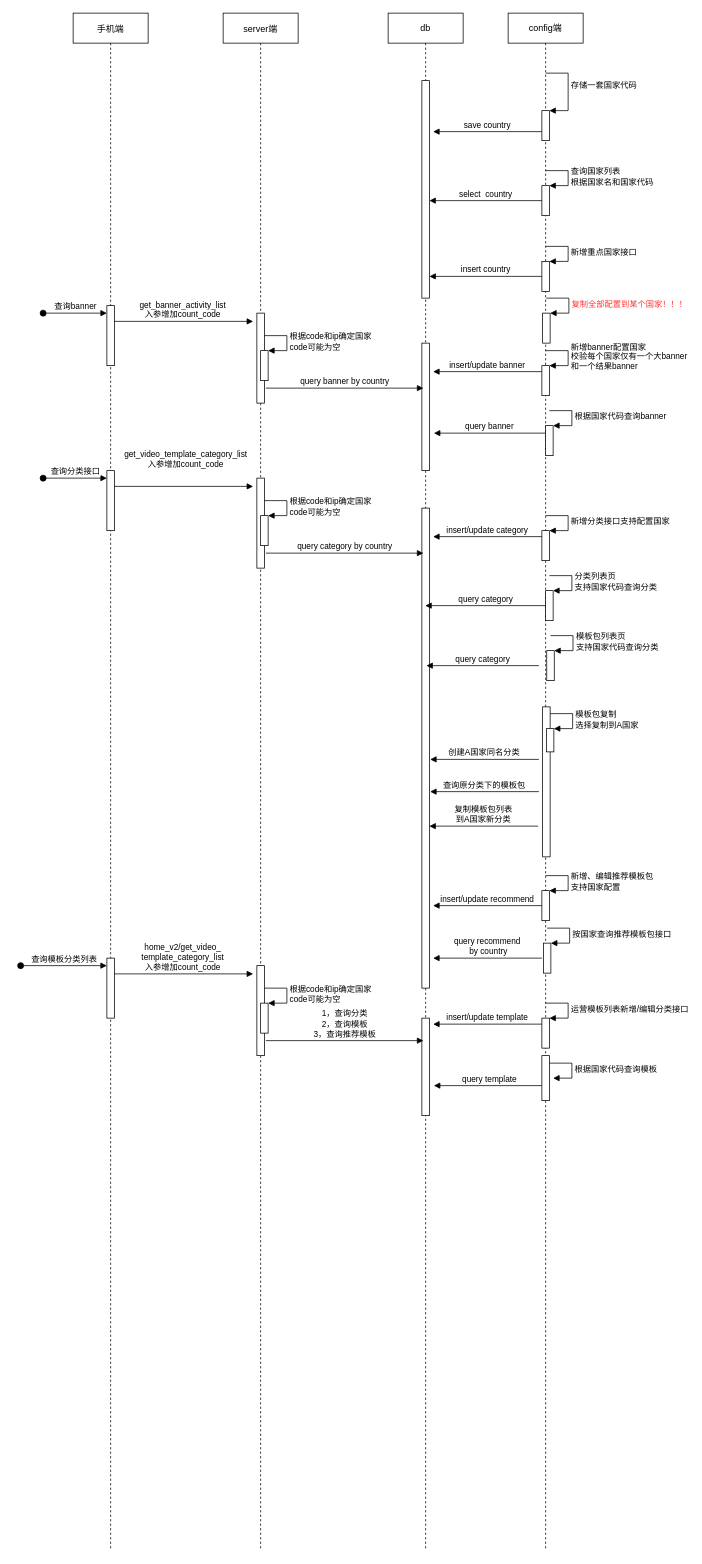
Above: 新玩法layer顺序图.drawio in milletzhu/datasource (draw.io), before the change. Source tidied: cells renumbered, new cells numbered last; positions are measured from the earlier drawing's top-left corner, leaving out a move shared by most shapes. Both pictures are drawn from the tidied source at 75%, with x=0, y=0 at pixel (20, 13).
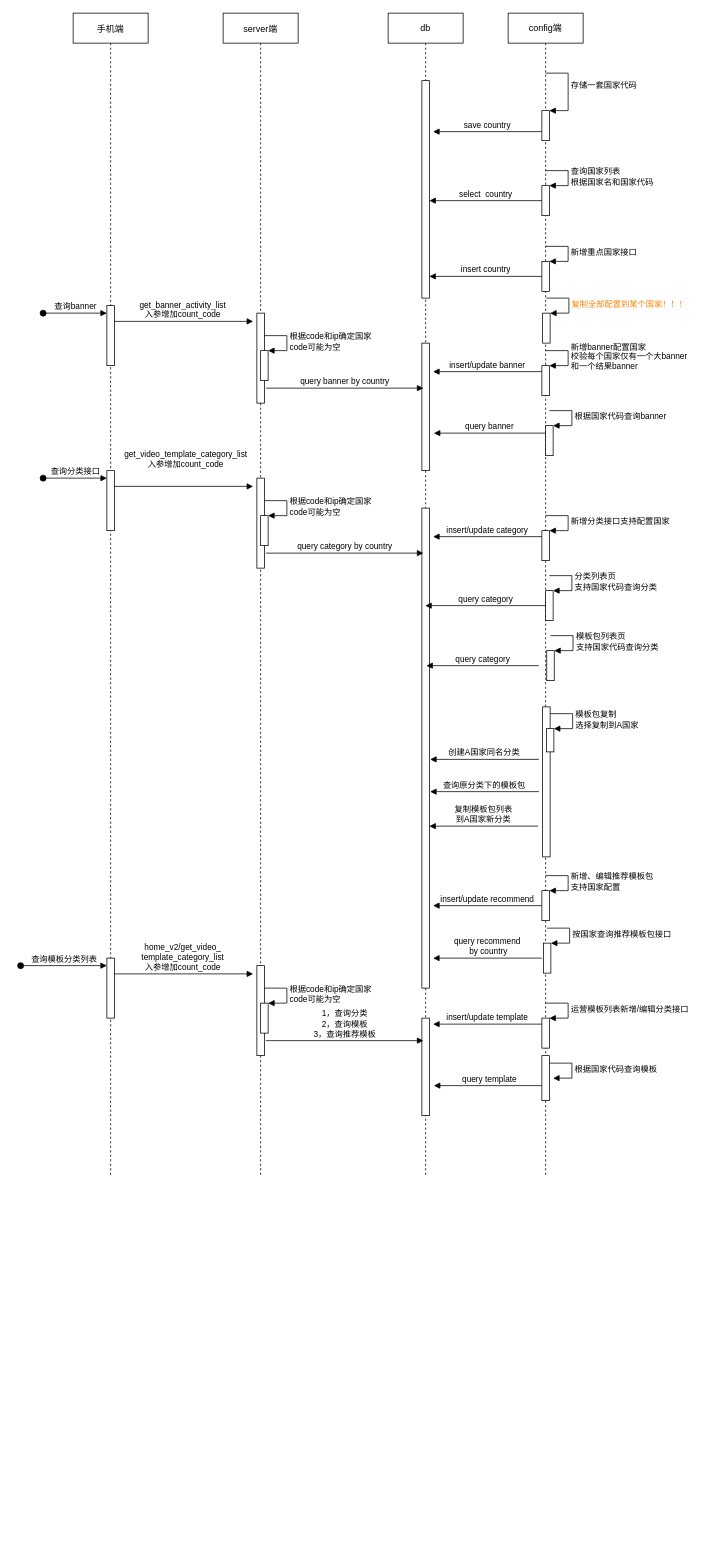
The same page after the edit.

Commit message:
更新新玩法layer顺序图.drawio

The change refers to these unchanged cells:
```xml
<mxCell id="61" style="html=1;points=[];perimeter=orthogonalPerimeter;" parent="13" vertex="1">
  <mxGeometry x="46" y="400" width="10" height="40" as="geometry" />
</mxCell>
```

Diff of the diagram source:
```diff
@@
     <mxCell id="2" value="手机端" style="shape=umlLifeline;perimeter=lifelinePerimeter;rounded=0;shadow=0;strokeWidth=1;" parent="1" vertex="1">
-      <mxGeometry x="70" width="100" height="2050" as="geometry" />
+      <mxGeometry x="70" width="100" height="1550" as="geometry" />
     </mxCell>
@@
     <mxCell id="5" value="server端" style="shape=umlLifeline;perimeter=lifelinePerimeter;rounded=0;shadow=0;strokeWidth=1;" parent="1" vertex="1">
-      <mxGeometry x="270" width="100" height="2050" as="geometry" />
+      <mxGeometry x="270" width="100" height="1550" as="geometry" />
     </mxCell>
@@
     <mxCell id="9" value="db" style="shape=umlLifeline;perimeter=lifelinePerimeter;whiteSpace=wrap;html=1;outlineConnect=0;" parent="1" vertex="1">
-      <mxGeometry x="490" width="100" height="2050" as="geometry" />
+      <mxGeometry x="490" width="100" height="1550" as="geometry" />
     </mxCell>
@@
     <mxCell id="13" value="config端" style="shape=umlLifeline;perimeter=lifelinePerimeter;whiteSpace=wrap;html=1;" parent="1" vertex="1">
-      <mxGeometry x="650" width="100" height="2050" as="geometry" />
+      <mxGeometry x="650" width="100" height="1550" as="geometry" />
     </mxCell>
@@
-    <mxCell id="62" value="&lt;font color=&quot;#ff3333&quot;&gt;复制全部配置到某个国家！！！&lt;br&gt;&lt;/font&gt;" style="edgeStyle=orthogonalEdgeStyle;html=1;align=left;spacingLeft=2;endArrow=block;rounded=0;entryX=1;entryY=0;fillColor=#FF9999;" parent="13" edge="1" target="61">
+    <mxCell id="62" value="&lt;font color=&quot;#ff8000&quot;&gt;复制全部配置到某个国家！！！&lt;/font&gt;" style="edgeStyle=orthogonalEdgeStyle;html=1;align=left;spacingLeft=2;endArrow=block;rounded=0;entryX=1;entryY=0;fillColor=#FF9999;" parent="13" edge="1" target="61">
       <mxGeometry relative="1" as="geometry">
         <mxPoint x="51" y="380" as="sourcePoint" />
         <Array as="points">
           <mxPoint x="81" y="380" />
         </Array>
       </mxGeometry>
     </mxCell>
```
